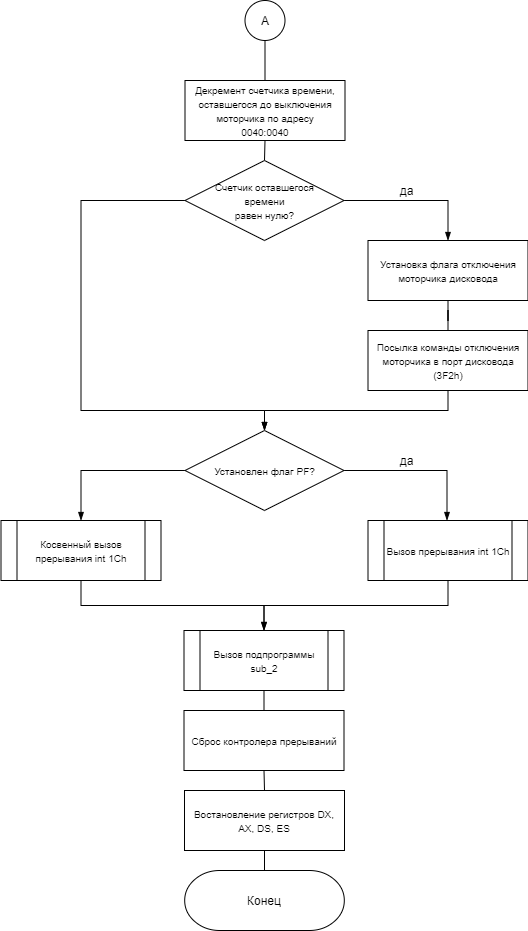
leontartykov/bmstu_sem_5_os keeps this draw.io diagram as lab_01/part_1/algorithm_scheme/int8h-Страница 2.png. Above is the earlier version. Source tidied: cells renumbered, new cells last; positions are measured from the earlier drawing's top-left corner, leaving out a move shared by most shapes. Source of this version:
```xml
<mxGraphModel>
  <root>
    <mxCell id="0" />
    <mxCell id="1" parent="0" />
    <mxCell id="2" style="edgeStyle=orthogonalEdgeStyle;rounded=0;jettySize=auto;html=1;entryX=0.5;entryY=0;entryDx=0;entryDy=0;endArrow=none;endFill=0;" parent="1" edge="1" source="3" target="5">
      <mxGeometry relative="1" as="geometry" />
    </mxCell>
    <mxCell id="3" value="А" style="ellipse;whiteSpace=wrap;html=1;" parent="1" vertex="1">
      <mxGeometry x="244.5" width="40" height="40" as="geometry" />
    </mxCell>
    <mxCell id="4" style="edgeStyle=orthogonalEdgeStyle;rounded=0;jettySize=auto;html=1;exitX=0.5;exitY=1;exitDx=0;exitDy=0;entryX=0.5;entryY=0;entryDx=0;entryDy=0;endArrow=none;endFill=0;" parent="1" edge="1" source="5" target="8">
      <mxGeometry relative="1" as="geometry" />
    </mxCell>
    <mxCell id="5" value="&lt;span style=&quot;font-size: 10px&quot;&gt;Декремент счетчика времени, оставшегося до выключения моторчика по адресу&lt;br&gt;0040:0040&lt;br&gt;&lt;/span&gt;" style="rounded=0;whiteSpace=wrap;html=1;" parent="1" vertex="1">
      <mxGeometry x="184.5" y="80" width="160" height="60" as="geometry" />
    </mxCell>
    <mxCell id="6" style="edgeStyle=orthogonalEdgeStyle;rounded=0;jettySize=auto;html=1;exitX=1;exitY=0.5;exitDx=0;exitDy=0;entryX=0.5;entryY=0;entryDx=0;entryDy=0;endArrow=blockThin;endFill=1;" parent="1" edge="1" source="8" target="10">
      <mxGeometry relative="1" as="geometry" />
    </mxCell>
    <mxCell id="7" style="edgeStyle=orthogonalEdgeStyle;rounded=0;jettySize=auto;html=1;exitX=0;exitY=0.5;exitDx=0;exitDy=0;entryX=0.5;entryY=0;entryDx=0;entryDy=0;endArrow=blockThin;endFill=1;" parent="1" edge="1" source="8" target="16">
      <mxGeometry relative="1" as="geometry">
        <Array as="points">
          <mxPoint x="80.5" y="200" />
          <mxPoint x="80.5" y="410" />
          <mxPoint x="264.5" y="410" />
        </Array>
      </mxGeometry>
    </mxCell>
    <mxCell id="8" value="&lt;span style=&quot;font-size: 10px&quot;&gt;Счетчик оставшегося&lt;br&gt;времени&lt;br&gt;равен нулю?&lt;br&gt;&lt;/span&gt;" style="rhombus;whiteSpace=wrap;html=1;" parent="1" vertex="1">
      <mxGeometry x="184.5" y="160" width="159" height="80" as="geometry" />
    </mxCell>
    <mxCell id="9" style="edgeStyle=orthogonalEdgeStyle;rounded=0;jettySize=auto;html=1;exitX=0.5;exitY=1;exitDx=0;exitDy=0;endArrow=none;endFill=0;" parent="1" edge="1" source="10" target="13">
      <mxGeometry relative="1" as="geometry" />
    </mxCell>
    <mxCell id="10" value="&lt;span style=&quot;font-size: 10px&quot;&gt;Установка флага отключения моторчика дисковода&lt;br&gt;&lt;/span&gt;" style="rounded=0;whiteSpace=wrap;html=1;" parent="1" vertex="1">
      <mxGeometry x="367.5" y="240" width="160" height="60" as="geometry" />
    </mxCell>
    <mxCell id="11" value="да" style="text;html=1;align=center;verticalAlign=middle;strokeColor=none;" parent="1" vertex="1">
      <mxGeometry x="390.5" y="180" width="30" height="20" as="geometry" />
    </mxCell>
    <mxCell id="12" style="edgeStyle=orthogonalEdgeStyle;rounded=0;jettySize=auto;html=1;exitX=0.5;exitY=1;exitDx=0;exitDy=0;entryX=0.5;entryY=0;entryDx=0;entryDy=0;endArrow=blockThin;endFill=1;" parent="1" edge="1" source="13" target="16">
      <mxGeometry relative="1" as="geometry" />
    </mxCell>
    <mxCell id="13" value="&lt;span style=&quot;font-size: 10px&quot;&gt;Посылка команды отключения моторчика в порт дисковода&lt;br&gt;(3F2h)&lt;br&gt;&lt;/span&gt;" style="rounded=0;whiteSpace=wrap;html=1;" parent="1" vertex="1">
      <mxGeometry x="367.5" y="330" width="160" height="60" as="geometry" />
    </mxCell>
    <mxCell id="14" style="edgeStyle=orthogonalEdgeStyle;rounded=0;jettySize=auto;html=1;exitX=1;exitY=0.5;exitDx=0;exitDy=0;entryX=0.5;entryY=0;entryDx=0;entryDy=0;endArrow=blockThin;endFill=1;" parent="1" edge="1" source="16">
      <mxGeometry relative="1" as="geometry">
        <mxPoint x="446.5" y="520" as="targetPoint" />
      </mxGeometry>
    </mxCell>
    <mxCell id="15" style="edgeStyle=orthogonalEdgeStyle;rounded=0;jettySize=auto;html=1;exitX=0;exitY=0.5;exitDx=0;exitDy=0;entryX=0.5;entryY=0;entryDx=0;entryDy=0;endArrow=blockThin;endFill=1;" parent="1" edge="1" source="16">
      <mxGeometry relative="1" as="geometry">
        <mxPoint x="80.5" y="520" as="targetPoint" />
      </mxGeometry>
    </mxCell>
    <mxCell id="16" value="&lt;span style=&quot;font-size: 10px&quot;&gt;Установлен флаг PF?&lt;br&gt;&lt;/span&gt;" style="rhombus;whiteSpace=wrap;html=1;" parent="1" vertex="1">
      <mxGeometry x="184.5" y="430" width="159" height="80" as="geometry" />
    </mxCell>
    <mxCell id="17" value="да" style="text;html=1;align=center;verticalAlign=middle;strokeColor=none;" parent="1" vertex="1">
      <mxGeometry x="390.5" y="450" width="30" height="20" as="geometry" />
    </mxCell>
    <mxCell id="18" style="edgeStyle=orthogonalEdgeStyle;rounded=0;jettySize=auto;html=1;exitX=0.5;exitY=1;exitDx=0;exitDy=0;entryX=0.5;entryY=0;entryDx=0;entryDy=0;endArrow=blockThin;endFill=1;" parent="1" edge="1" source="19" target="23">
      <mxGeometry relative="1" as="geometry" />
    </mxCell>
    <mxCell id="19" value="&lt;font style=&quot;font-size: 10px&quot;&gt;Вызов прерывания int 1Ch&lt;/font&gt;" style="shape=process;whiteSpace=wrap;html=1;backgroundOutline=1;" parent="1" vertex="1">
      <mxGeometry x="367.5" y="520" width="160" height="60" as="geometry" />
    </mxCell>
    <mxCell id="20" style="edgeStyle=orthogonalEdgeStyle;rounded=0;jettySize=auto;html=1;exitX=0.5;exitY=1;exitDx=0;exitDy=0;entryX=0.5;entryY=0;entryDx=0;entryDy=0;endArrow=blockThin;endFill=1;" parent="1" edge="1" source="21" target="23">
      <mxGeometry relative="1" as="geometry" />
    </mxCell>
    <mxCell id="21" value="&lt;font style=&quot;font-size: 10px&quot;&gt;Косвенный вызов прерывания int 1Ch&lt;/font&gt;" style="shape=process;whiteSpace=wrap;html=1;backgroundOutline=1;" parent="1" vertex="1">
      <mxGeometry x="0.5" y="520" width="160" height="60" as="geometry" />
    </mxCell>
    <mxCell id="22" style="edgeStyle=orthogonalEdgeStyle;rounded=0;jettySize=auto;html=1;exitX=0.5;exitY=1;exitDx=0;exitDy=0;entryX=0.5;entryY=0;entryDx=0;entryDy=0;endArrow=none;endFill=0;" parent="1" edge="1" source="23" target="24">
      <mxGeometry relative="1" as="geometry" />
    </mxCell>
    <mxCell id="23" value="&lt;font style=&quot;font-size: 10px&quot;&gt;Вызов подпрограммы sub_2&lt;/font&gt;" style="shape=process;whiteSpace=wrap;html=1;backgroundOutline=1;" parent="1" vertex="1">
      <mxGeometry x="183.5" y="630" width="160" height="60" as="geometry" />
    </mxCell>
    <mxCell id="24" value="&lt;span style=&quot;font-size: 10px&quot;&gt;Сброс контролера прерываний&lt;br&gt;&lt;/span&gt;" style="rounded=0;whiteSpace=wrap;html=1;" parent="1" vertex="1">
      <mxGeometry x="183.5" y="710" width="160" height="60" as="geometry" />
    </mxCell>
    <mxCell id="25" style="edgeStyle=orthogonalEdgeStyle;rounded=0;jettySize=auto;html=1;exitX=0.5;exitY=1;exitDx=0;exitDy=0;entryX=0.5;entryY=0;entryDx=0;entryDy=0;entryPerimeter=0;endArrow=none;endFill=0;" parent="1" edge="1" source="27" target="28">
      <mxGeometry relative="1" as="geometry" />
    </mxCell>
    <mxCell id="26" style="edgeStyle=orthogonalEdgeStyle;rounded=0;jettySize=auto;html=1;exitX=0.5;exitY=0;exitDx=0;exitDy=0;entryX=0.5;entryY=1;entryDx=0;entryDy=0;endArrow=none;endFill=0;" parent="1" edge="1" source="27" target="24">
      <mxGeometry relative="1" as="geometry" />
    </mxCell>
    <mxCell id="27" value="&lt;span style=&quot;font-size: 10px&quot;&gt;Востановление регистров DX, AX, DS, ES&lt;br&gt;&lt;/span&gt;" style="rounded=0;whiteSpace=wrap;html=1;" parent="1" vertex="1">
      <mxGeometry x="184" y="790" width="160" height="60" as="geometry" />
    </mxCell>
    <mxCell id="28" value="Конец" style="strokeWidth=1;html=1;shape=(stored shape, 464 characters);whiteSpace=wrap;" parent="1" vertex="1">
      <mxGeometry x="149" y="870" width="230" height="60" as="geometry" />
    </mxCell>
  </root>
</mxGraphModel>
```
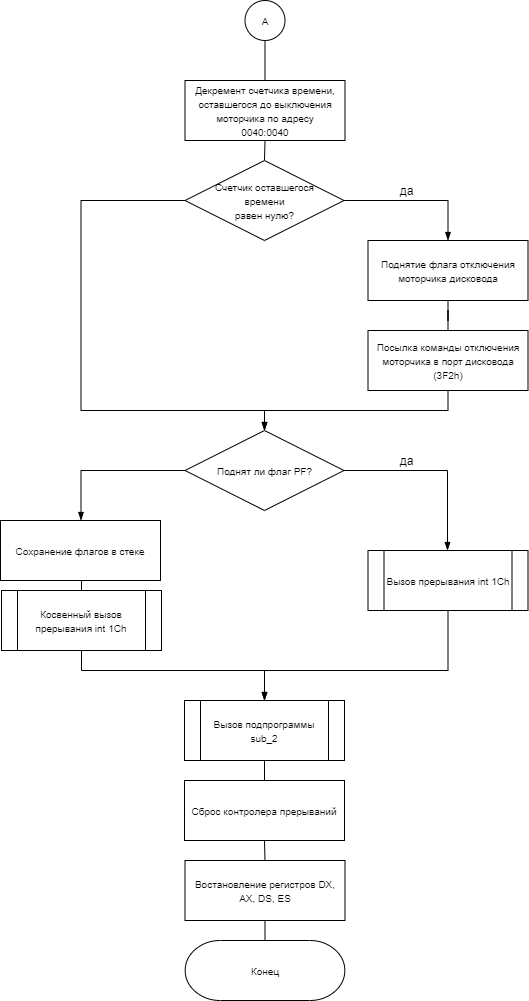
The same diagram one commit later.

What changed in the source:
```diff
@@ -5,7 +5,7 @@
     <mxCell id="2" style="edgeStyle=orthogonalEdgeStyle;rounded=0;jettySize=auto;html=1;entryX=0.5;entryY=0;entryDx=0;entryDy=0;endArrow=none;endFill=0;" parent="1" edge="1" source="3" target="5">
       <mxGeometry relative="1" as="geometry" />
     </mxCell>
-    <mxCell id="3" value="А" style="ellipse;whiteSpace=wrap;html=1;" parent="1" vertex="1">
+    <mxCell id="3" value="&lt;font style=&quot;font-size: 10px&quot;&gt;А&lt;/font&gt;" style="ellipse;whiteSpace=wrap;html=1;" parent="1" vertex="1">
       <mxGeometry x="244.5" width="40" height="40" as="geometry" />
     </mxCell>
     <mxCell id="4" style="edgeStyle=orthogonalEdgeStyle;rounded=0;jettySize=auto;html=1;exitX=0.5;exitY=1;exitDx=0;exitDy=0;entryX=0.5;entryY=0;entryDx=0;entryDy=0;endArrow=none;endFill=0;" parent="1" edge="1" source="5" target="8">
@@ -32,7 +32,7 @@
     <mxCell id="9" style="edgeStyle=orthogonalEdgeStyle;rounded=0;jettySize=auto;html=1;exitX=0.5;exitY=1;exitDx=0;exitDy=0;endArrow=none;endFill=0;" parent="1" edge="1" source="10" target="13">
       <mxGeometry relative="1" as="geometry" />
     </mxCell>
-    <mxCell id="10" value="&lt;span style=&quot;font-size: 10px&quot;&gt;Установка флага отключения моторчика дисковода&lt;br&gt;&lt;/span&gt;" style="rounded=0;whiteSpace=wrap;html=1;" parent="1" vertex="1">
+    <mxCell id="10" value="&lt;span style=&quot;font-size: 10px&quot;&gt;Поднятие флага отключения моторчика дисковода&lt;br&gt;&lt;/span&gt;" style="rounded=0;whiteSpace=wrap;html=1;" parent="1" vertex="1">
       <mxGeometry x="367.5" y="240" width="160" height="60" as="geometry" />
     </mxCell>
     <mxCell id="11" value="да" style="text;html=1;align=center;verticalAlign=middle;strokeColor=none;" parent="1" vertex="1">
@@ -44,9 +44,9 @@
     <mxCell id="13" value="&lt;span style=&quot;font-size: 10px&quot;&gt;Посылка команды отключения моторчика в порт дисковода&lt;br&gt;(3F2h)&lt;br&gt;&lt;/span&gt;" style="rounded=0;whiteSpace=wrap;html=1;" parent="1" vertex="1">
       <mxGeometry x="367.5" y="330" width="160" height="60" as="geometry" />
     </mxCell>
-    <mxCell id="14" style="edgeStyle=orthogonalEdgeStyle;rounded=0;jettySize=auto;html=1;exitX=1;exitY=0.5;exitDx=0;exitDy=0;entryX=0.5;entryY=0;entryDx=0;entryDy=0;endArrow=blockThin;endFill=1;" parent="1" edge="1" source="16">
+    <mxCell id="14" style="edgeStyle=orthogonalEdgeStyle;rounded=0;jettySize=auto;html=1;exitX=1;exitY=0.5;exitDx=0;exitDy=0;endArrow=blockThin;endFill=1;" parent="1" edge="1" source="16">
       <mxGeometry relative="1" as="geometry">
-        <mxPoint x="446.5" y="520" as="targetPoint" />
+        <mxPoint x="447" y="550" as="targetPoint" />
       </mxGeometry>
     </mxCell>
     <mxCell id="15" style="edgeStyle=orthogonalEdgeStyle;rounded=0;jettySize=auto;html=1;exitX=0;exitY=0.5;exitDx=0;exitDy=0;entryX=0.5;entryY=0;entryDx=0;entryDy=0;endArrow=blockThin;endFill=1;" parent="1" edge="1" source="16">
@@ -54,32 +54,42 @@
         <mxPoint x="80.5" y="520" as="targetPoint" />
       </mxGeometry>
     </mxCell>
-    <mxCell id="16" value="&lt;span style=&quot;font-size: 10px&quot;&gt;Установлен флаг PF?&lt;br&gt;&lt;/span&gt;" style="rhombus;whiteSpace=wrap;html=1;" parent="1" vertex="1">
+    <mxCell id="16" value="&lt;span style=&quot;font-size: 10px&quot;&gt;Поднят ли флаг PF?&lt;br&gt;&lt;/span&gt;" style="rhombus;whiteSpace=wrap;html=1;" parent="1" vertex="1">
       <mxGeometry x="184.5" y="430" width="159" height="80" as="geometry" />
     </mxCell>
     <mxCell id="17" value="да" style="text;html=1;align=center;verticalAlign=middle;strokeColor=none;" parent="1" vertex="1">
       <mxGeometry x="390.5" y="450" width="30" height="20" as="geometry" />
     </mxCell>
     <mxCell id="18" style="edgeStyle=orthogonalEdgeStyle;rounded=0;jettySize=auto;html=1;exitX=0.5;exitY=1;exitDx=0;exitDy=0;entryX=0.5;entryY=0;entryDx=0;entryDy=0;endArrow=blockThin;endFill=1;" parent="1" edge="1" source="19" target="23">
-      <mxGeometry relative="1" as="geometry" />
+      <mxGeometry relative="1" as="geometry">
+        <Array as="points">
+          <mxPoint x="448" y="670" />
+          <mxPoint x="264" y="670" />
+        </Array>
+      </mxGeometry>
     </mxCell>
     <mxCell id="19" value="&lt;font style=&quot;font-size: 10px&quot;&gt;Вызов прерывания int 1Ch&lt;/font&gt;" style="shape=process;whiteSpace=wrap;html=1;backgroundOutline=1;" parent="1" vertex="1">
-      <mxGeometry x="367.5" y="520" width="160" height="60" as="geometry" />
+      <mxGeometry x="367.5" y="550" width="160" height="60" as="geometry" />
     </mxCell>
     <mxCell id="20" style="edgeStyle=orthogonalEdgeStyle;rounded=0;jettySize=auto;html=1;exitX=0.5;exitY=1;exitDx=0;exitDy=0;entryX=0.5;entryY=0;entryDx=0;entryDy=0;endArrow=blockThin;endFill=1;" parent="1" edge="1" source="21" target="23">
-      <mxGeometry relative="1" as="geometry" />
+      <mxGeometry relative="1" as="geometry">
+        <Array as="points">
+          <mxPoint x="81" y="670" />
+          <mxPoint x="264" y="670" />
+        </Array>
+      </mxGeometry>
     </mxCell>
     <mxCell id="21" value="&lt;font style=&quot;font-size: 10px&quot;&gt;Косвенный вызов прерывания int 1Ch&lt;/font&gt;" style="shape=process;whiteSpace=wrap;html=1;backgroundOutline=1;" parent="1" vertex="1">
-      <mxGeometry x="0.5" y="520" width="160" height="60" as="geometry" />
+      <mxGeometry x="1" y="590" width="160" height="60" as="geometry" />
     </mxCell>
     <mxCell id="22" style="edgeStyle=orthogonalEdgeStyle;rounded=0;jettySize=auto;html=1;exitX=0.5;exitY=1;exitDx=0;exitDy=0;entryX=0.5;entryY=0;entryDx=0;entryDy=0;endArrow=none;endFill=0;" parent="1" edge="1" source="23" target="24">
       <mxGeometry relative="1" as="geometry" />
     </mxCell>
     <mxCell id="23" value="&lt;font style=&quot;font-size: 10px&quot;&gt;Вызов подпрограммы sub_2&lt;/font&gt;" style="shape=process;whiteSpace=wrap;html=1;backgroundOutline=1;" parent="1" vertex="1">
-      <mxGeometry x="183.5" y="630" width="160" height="60" as="geometry" />
+      <mxGeometry x="184" y="700" width="160" height="60" as="geometry" />
     </mxCell>
     <mxCell id="24" value="&lt;span style=&quot;font-size: 10px&quot;&gt;Сброс контролера прерываний&lt;br&gt;&lt;/span&gt;" style="rounded=0;whiteSpace=wrap;html=1;" parent="1" vertex="1">
-      <mxGeometry x="183.5" y="710" width="160" height="60" as="geometry" />
+      <mxGeometry x="184" y="780" width="160" height="60" as="geometry" />
     </mxCell>
     <mxCell id="25" style="edgeStyle=orthogonalEdgeStyle;rounded=0;jettySize=auto;html=1;exitX=0.5;exitY=1;exitDx=0;exitDy=0;entryX=0.5;entryY=0;entryDx=0;entryDy=0;entryPerimeter=0;endArrow=none;endFill=0;" parent="1" edge="1" source="27" target="28">
       <mxGeometry relative="1" as="geometry" />
@@ -88,10 +98,16 @@
       <mxGeometry relative="1" as="geometry" />
     </mxCell>
     <mxCell id="27" value="&lt;span style=&quot;font-size: 10px&quot;&gt;Востановление регистров DX, AX, DS, ES&lt;br&gt;&lt;/span&gt;" style="rounded=0;whiteSpace=wrap;html=1;" parent="1" vertex="1">
-      <mxGeometry x="184" y="790" width="160" height="60" as="geometry" />
+      <mxGeometry x="184.5" y="860" width="160" height="60" as="geometry" />
     </mxCell>
-    <mxCell id="28" value="Конец" style="strokeWidth=1;html=1;shape=(stored shape, 464 characters);whiteSpace=wrap;" parent="1" vertex="1">
-      <mxGeometry x="149" y="870" width="230" height="60" as="geometry" />
+    <mxCell id="28" value="&lt;font style=&quot;font-size: 10px&quot;&gt;Конец&lt;/font&gt;" style="strokeWidth=1;html=1;shape=(stored shape, 464 characters);whiteSpace=wrap;" parent="1" vertex="1">
+      <mxGeometry x="149.5" y="940" width="230" height="60" as="geometry" />
     </mxCell>
+    <mxCell id="29" style="edgeStyle=orthogonalEdgeStyle;rounded=0;jettySize=auto;html=1;exitX=0.5;exitY=1;exitDx=0;exitDy=0;entryX=0.5;entryY=0;entryDx=0;entryDy=0;endArrow=none;endFill=0;" parent="1" edge="1" source="30" target="21">
+      <mxGeometry relative="1" as="geometry" />
+    </mxCell>
+    <mxCell id="30" value="&lt;span style=&quot;font-size: 10px&quot;&gt;Сохранение флагов в стеке&lt;br&gt;&lt;/span&gt;" style="rounded=0;whiteSpace=wrap;html=1;" parent="1" vertex="1">
+      <mxGeometry y="520" width="160" height="60" as="geometry" />
+    </mxCell>
   </root>
 </mxGraphModel>
```
